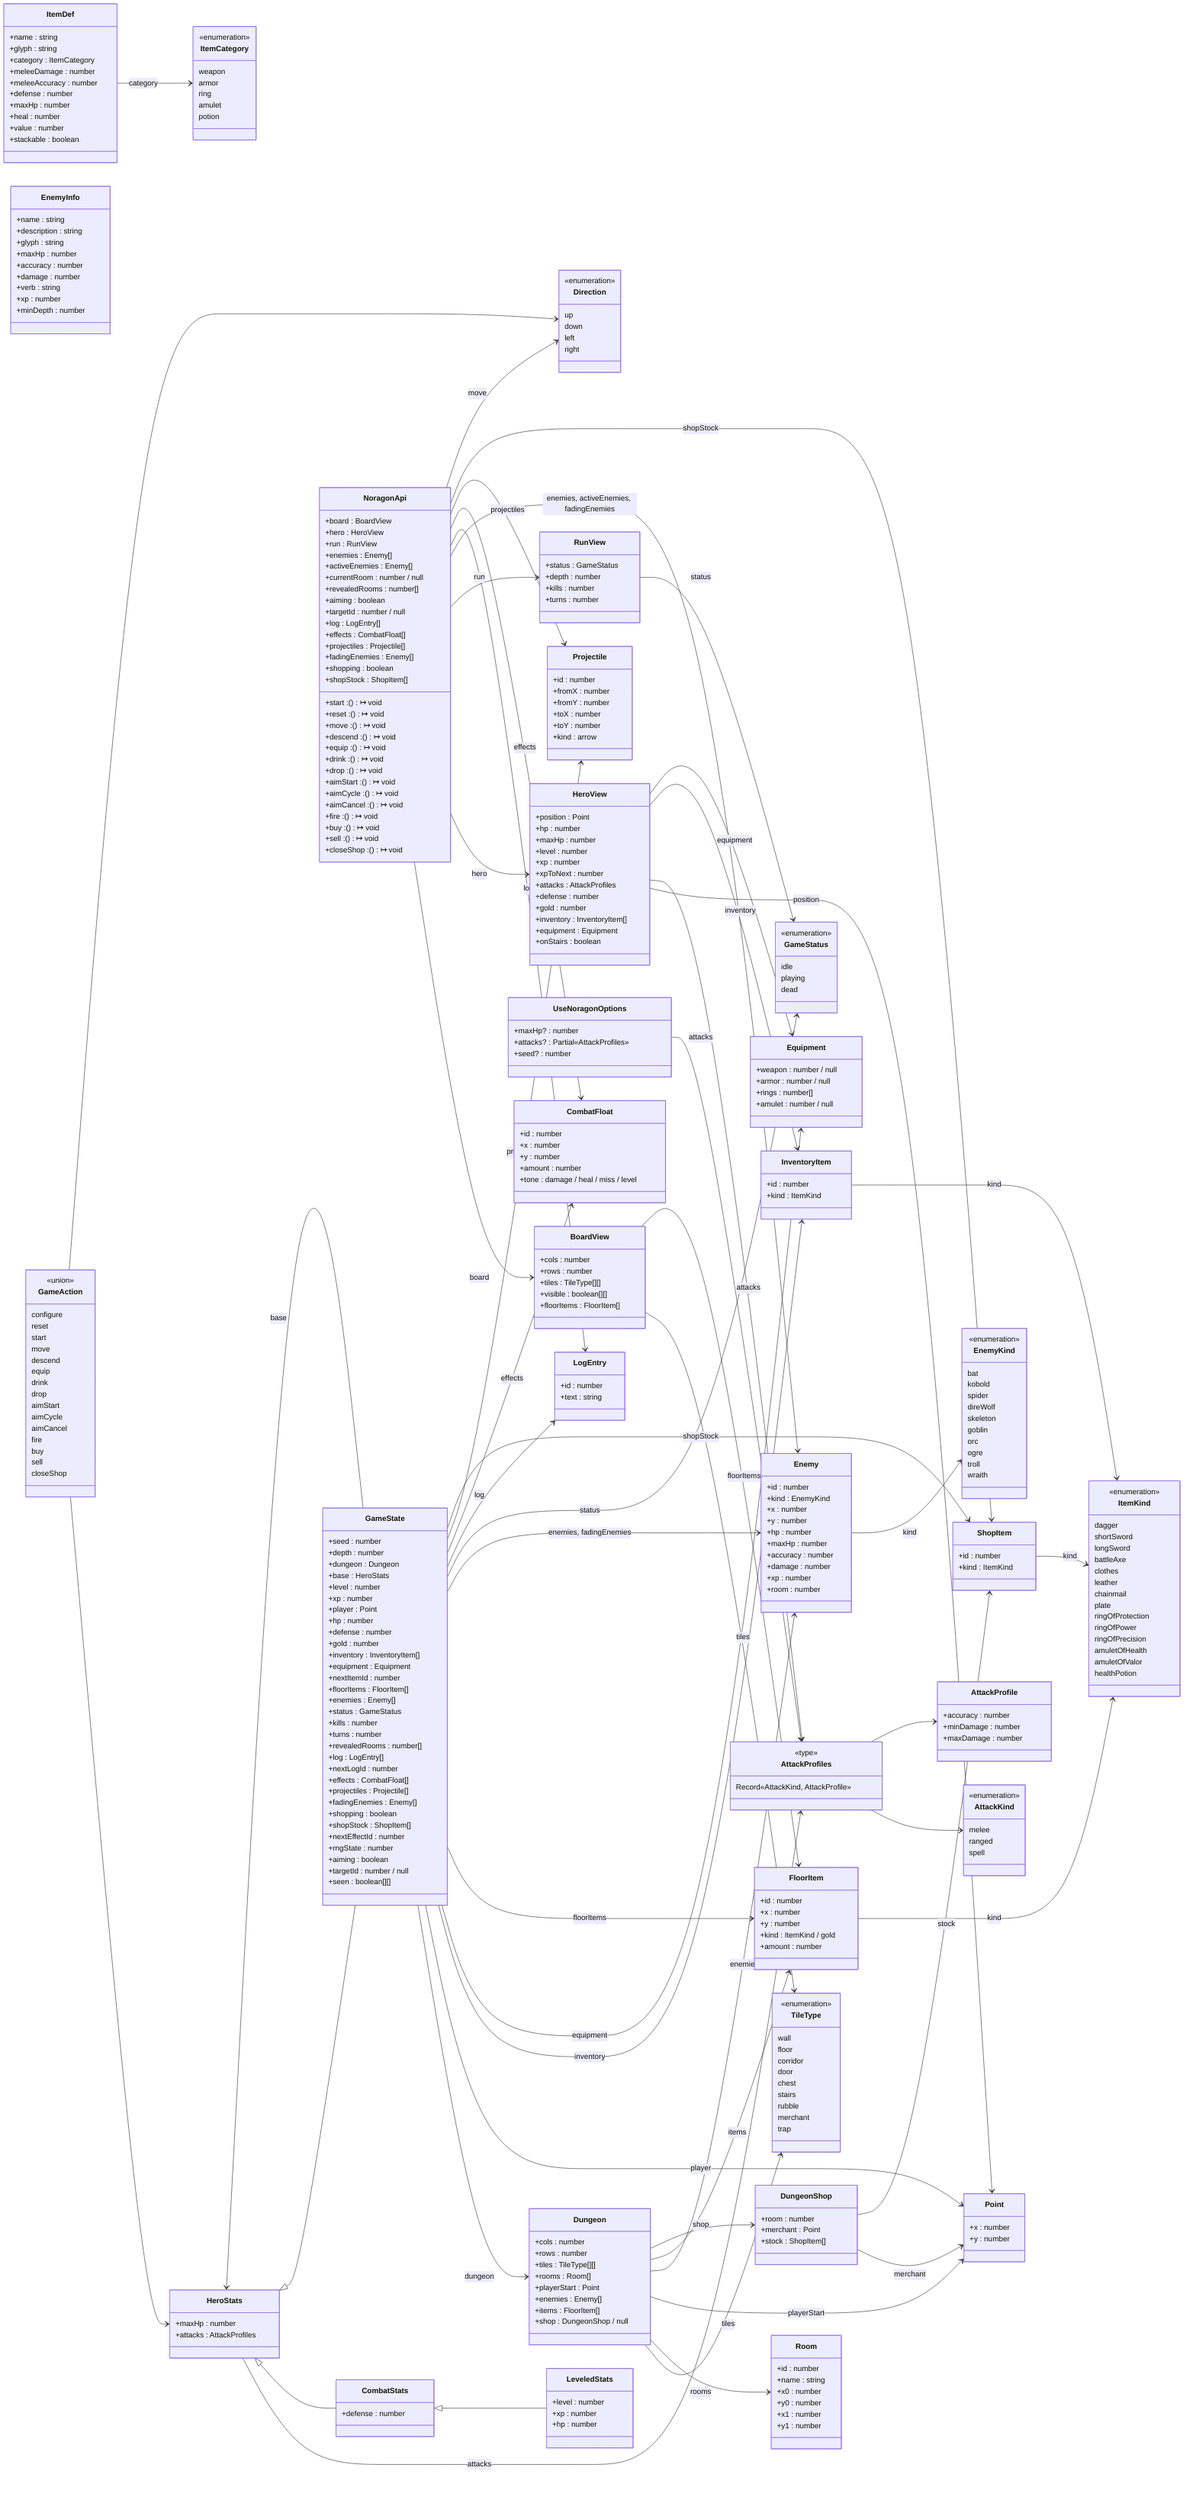
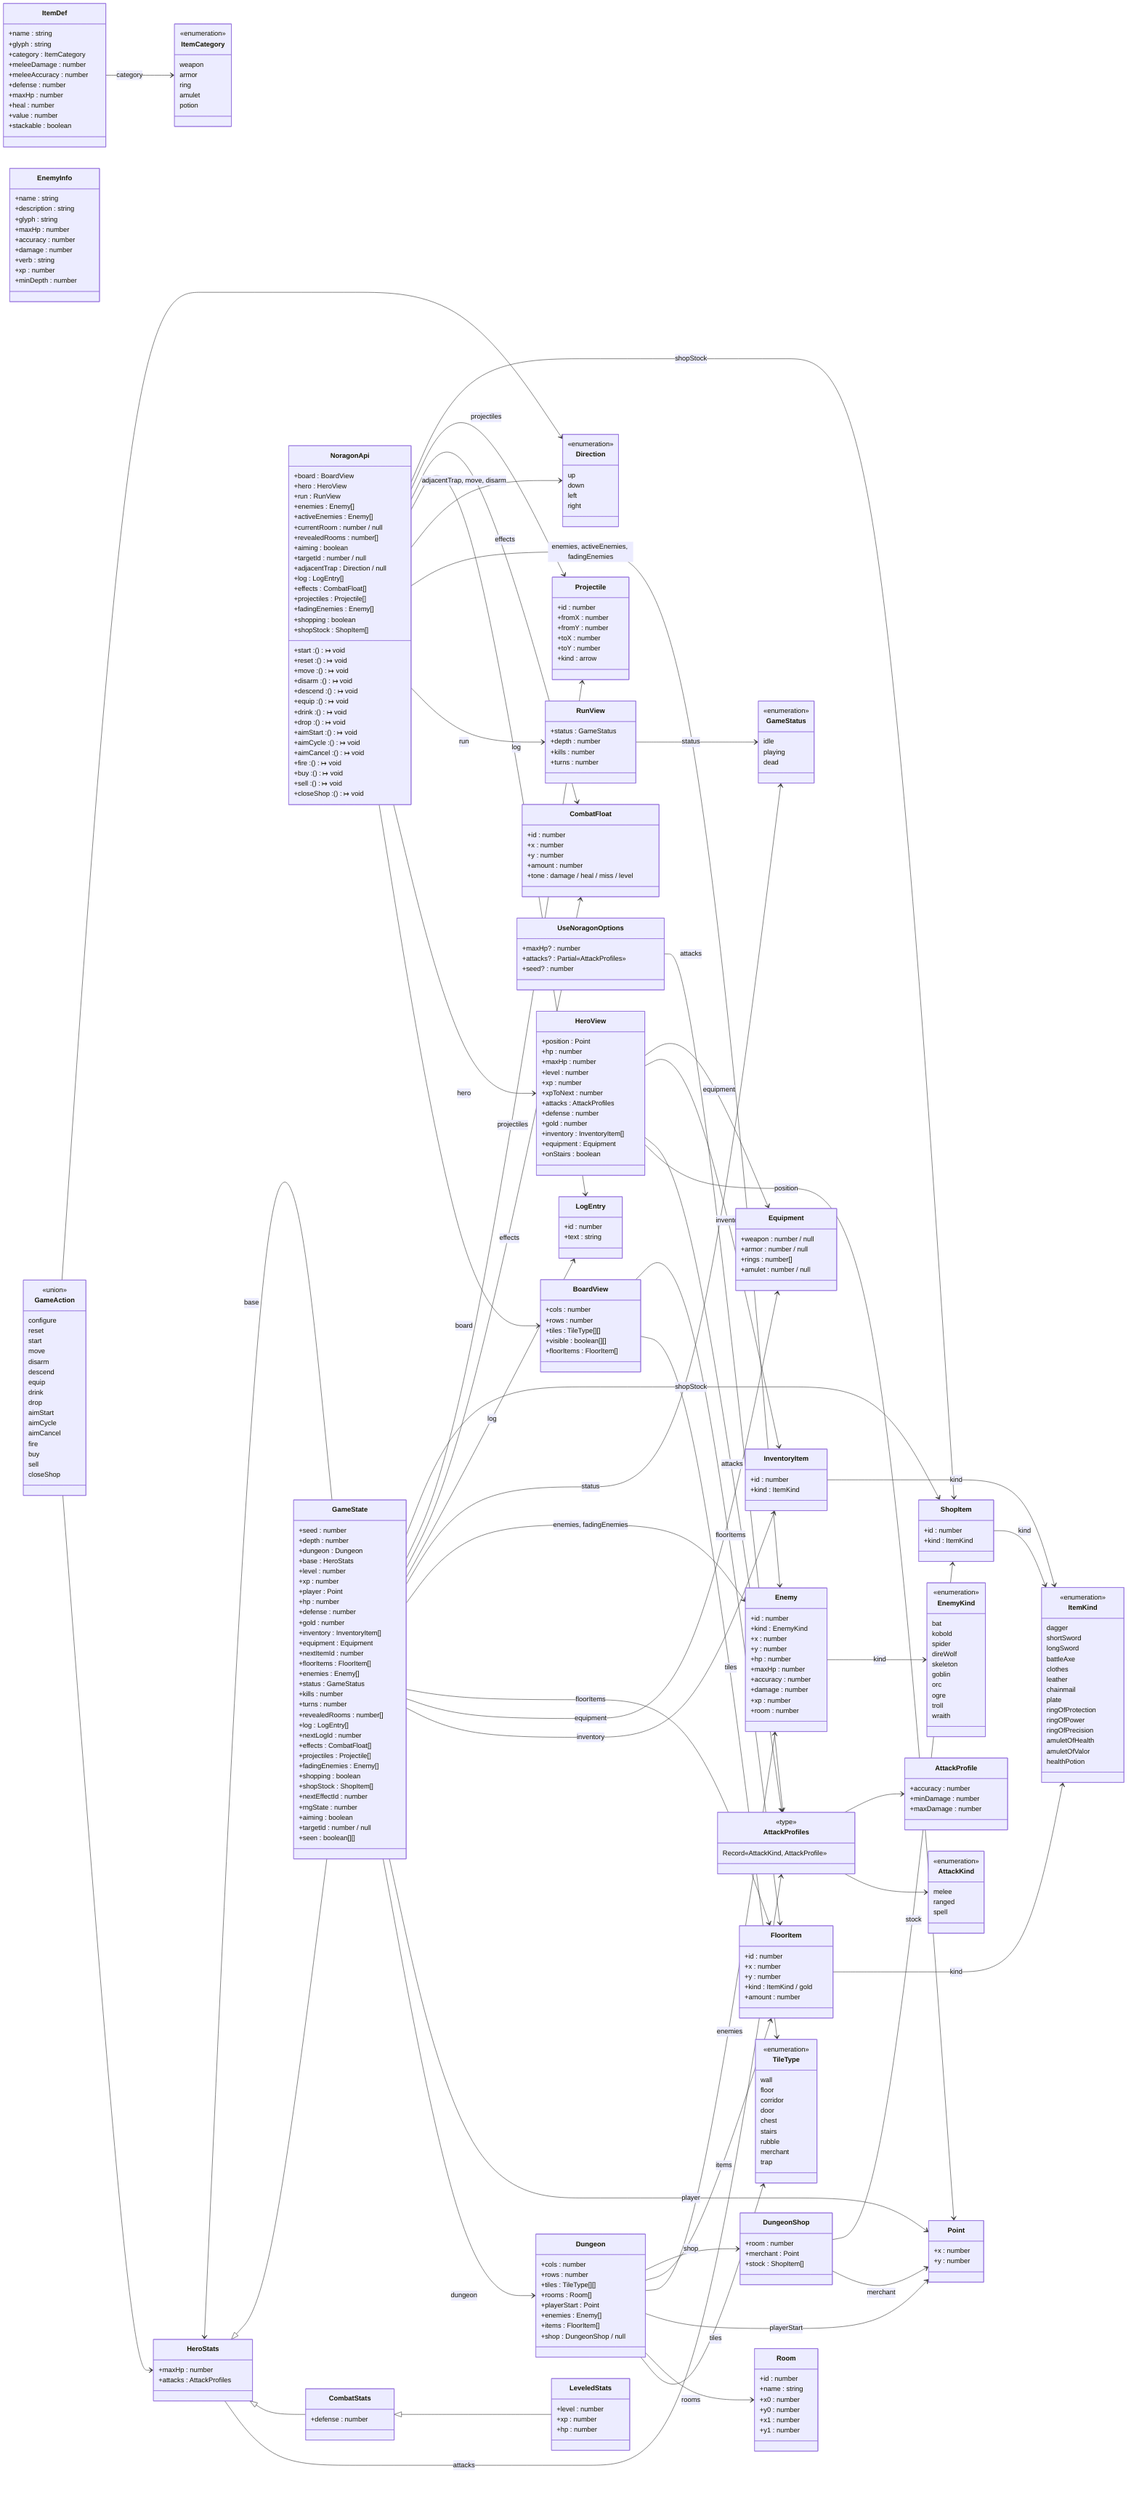
classDiagram
  direction LR
  class Point {
    +x : number
    +y : number
  }
  class Direction {
    <<enumeration>>
    up
    down
    left
    right
  }
  class TileType {
    <<enumeration>>
    wall
    floor
    corridor
    door
    chest
    stairs
    rubble
    merchant
    trap
  }
  class Room {
    +id : number
    +name : string
    +x0 : number
    +y0 : number
    +x1 : number
    +y1 : number
  }
  class LogEntry {
    +id : number
    +text : string
  }
  class CombatFloat {
    +id : number
    +x : number
    +y : number
    +amount : number
    +tone : damage / heal / miss / level
  }
  class Projectile {
    +id : number
    +fromX : number
    +fromY : number
    +toX : number
    +toY : number
    +kind : arrow
  }
  class InventoryItem {
    +id : number
    +kind : ItemKind
  }
  class FloorItem {
    +id : number
    +x : number
    +y : number
    +kind : ItemKind / gold
    +amount : number
  }
  class Equipment {
    +weapon : number / null
    +armor : number / null
    +rings : number[]
    +amulet : number / null
  }
  class AttackKind {
    <<enumeration>>
    melee
    ranged
    spell
  }
  class AttackProfile {
    +accuracy : number
    +minDamage : number
    +maxDamage : number
  }
  class AttackProfiles {
    <<type>>
    Record«AttackKind, AttackProfile»
  }
  class Enemy {
    +id : number
    +kind : EnemyKind
    +x : number
    +y : number
    +hp : number
    +maxHp : number
    +accuracy : number
    +damage : number
    +xp : number
    +room : number
  }
  class GameStatus {
    <<enumeration>>
    idle
    playing
    dead
  }
  class HeroStats {
    +maxHp : number
    +attacks : AttackProfiles
  }
  class CombatStats {
    +defense : number
  }
  class LeveledStats {
    +level : number
    +xp : number
    +hp : number
  }
  class Dungeon {
    +cols : number
    +rows : number
    +tiles : TileType[][]
    +rooms : Room[]
    +playerStart : Point
    +enemies : Enemy[]
    +items : FloorItem[]
    +shop : DungeonShop / null
  }
  class ShopItem {
    +id : number
    +kind : ItemKind
  }
  class DungeonShop {
    +room : number
    +merchant : Point
    +stock : ShopItem[]
  }
  class UseNoragonOptions {
    +maxHp? : number
    +attacks? : Partial«AttackProfiles»
    +seed? : number
  }
  class BoardView {
    +cols : number
    +rows : number
    +tiles : TileType[][]
    +visible : boolean[][]
    +floorItems : FloorItem[]
  }
  class HeroView {
    +position : Point
    +hp : number
    +maxHp : number
    +level : number
    +xp : number
    +xpToNext : number
    +attacks : AttackProfiles
    +defense : number
    +gold : number
    +inventory : InventoryItem[]
    +equipment : Equipment
    +onStairs : boolean
  }
  class RunView {
    +status : GameStatus
    +depth : number
    +kills : number
    +turns : number
  }
  class NoragonApi {
    +board : BoardView
    +hero : HeroView
    +run : RunView
    +enemies : Enemy[]
    +activeEnemies : Enemy[]
    +currentRoom : number / null
    +revealedRooms : number[]
    +aiming : boolean
    +targetId : number / null
+     +adjacentTrap : Direction / null
    +log : LogEntry[]
    +effects : CombatFloat[]
    +projectiles : Projectile[]
    +fadingEnemies : Enemy[]
    +shopping : boolean
    +shopStock : ShopItem[]
    +start : () ↦ void
    +reset : () ↦ void
    +move : () ↦ void
+     +disarm : () ↦ void
    +descend : () ↦ void
    +equip : () ↦ void
    +drink : () ↦ void
    +drop : () ↦ void
    +aimStart : () ↦ void
    +aimCycle : () ↦ void
    +aimCancel : () ↦ void
    +fire : () ↦ void
    +buy : () ↦ void
    +sell : () ↦ void
    +closeShop : () ↦ void
  }
  class GameState {
    +seed : number
    +depth : number
    +dungeon : Dungeon
    +base : HeroStats
    +level : number
    +xp : number
    +player : Point
    +hp : number
    +defense : number
    +gold : number
    +inventory : InventoryItem[]
    +equipment : Equipment
    +nextItemId : number
    +floorItems : FloorItem[]
    +enemies : Enemy[]
    +status : GameStatus
    +kills : number
    +turns : number
    +revealedRooms : number[]
    +log : LogEntry[]
    +nextLogId : number
    +effects : CombatFloat[]
    +projectiles : Projectile[]
    +fadingEnemies : Enemy[]
    +shopping : boolean
    +shopStock : ShopItem[]
    +nextEffectId : number
    +rngState : number
    +aiming : boolean
    +targetId : number / null
    +seen : boolean[][]
  }
  class GameAction {
    <<union>>
    configure
    reset
    start
    move
+     disarm
    descend
    equip
    drink
    drop
    aimStart
    aimCycle
    aimCancel
    fire
    buy
    sell
    closeShop
  }
  class EnemyKind {
    <<enumeration>>
    bat
    kobold
    spider
    direWolf
    skeleton
    goblin
    orc
    ogre
    troll
    wraith
  }
  class EnemyInfo {
    +name : string
    +description : string
    +glyph : string
    +maxHp : number
    +accuracy : number
    +damage : number
    +verb : string
    +xp : number
    +minDepth : number
  }
  class ItemCategory {
    <<enumeration>>
    weapon
    armor
    ring
    amulet
    potion
  }
  class ItemKind {
    <<enumeration>>
    dagger
    shortSword
    longSword
    battleAxe
    clothes
    leather
    chainmail
    plate
    ringOfProtection
    ringOfPower
    ringOfPrecision
    amuletOfHealth
    amuletOfValor
    healthPotion
  }
  class ItemDef {
    +name : string
    +glyph : string
    +category : ItemCategory
    +meleeDamage : number
    +meleeAccuracy : number
    +defense : number
    +maxHp : number
    +heal : number
    +value : number
    +stackable : boolean
  }
  InventoryItem --> ItemKind : kind
  FloorItem --> ItemKind : kind
  AttackProfiles --> AttackKind
  AttackProfiles --> AttackProfile
  Enemy --> EnemyKind : kind
  HeroStats --> AttackProfiles : attacks
  HeroStats <|-- CombatStats
  CombatStats <|-- LeveledStats
  Dungeon --> TileType : tiles
  Dungeon --> Room : rooms
  Dungeon --> Point : playerStart
  Dungeon --> Enemy : enemies
  Dungeon --> FloorItem : items
  Dungeon --> DungeonShop : shop
  ShopItem --> ItemKind : kind
  DungeonShop --> Point : merchant
  DungeonShop --> ShopItem : stock
  UseNoragonOptions --> AttackProfiles : attacks
  BoardView --> TileType : tiles
  BoardView --> FloorItem : floorItems
  HeroView --> Point : position
  HeroView --> AttackProfiles : attacks
  HeroView --> InventoryItem : inventory
  HeroView --> Equipment : equipment
  RunView --> GameStatus : status
  NoragonApi --> BoardView : board
  NoragonApi --> HeroView : hero
  NoragonApi --> RunView : run
  NoragonApi --> Enemy : enemies, activeEnemies, fadingEnemies
+   NoragonApi --> Direction : adjacentTrap, move, disarm
  NoragonApi --> LogEntry : log
  NoragonApi --> CombatFloat : effects
  NoragonApi --> Projectile : projectiles
  NoragonApi --> ShopItem : shopStock
-   NoragonApi --> Direction : move
  HeroStats <|-- GameState
  GameState --> Dungeon : dungeon
  GameState --> HeroStats : base
  GameState --> Point : player
  GameState --> InventoryItem : inventory
  GameState --> Equipment : equipment
  GameState --> FloorItem : floorItems
  GameState --> Enemy : enemies, fadingEnemies
  GameState --> GameStatus : status
  GameState --> LogEntry : log
  GameState --> CombatFloat : effects
  GameState --> Projectile : projectiles
  GameState --> ShopItem : shopStock
  GameAction --> HeroStats
  GameAction --> Direction
  ItemDef --> ItemCategory : category
